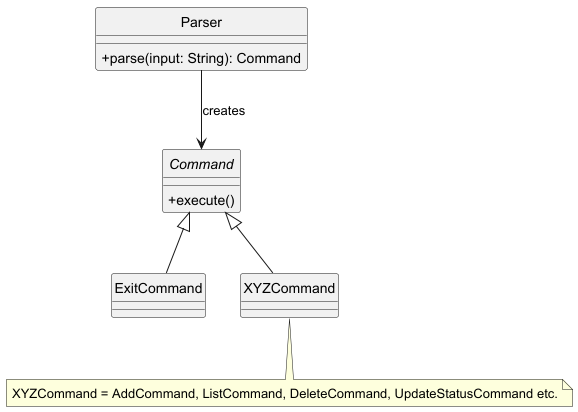
eth4n22/tp keeps this PlantUML diagram as docs/images/ParserClass.png. Above is the earlier version. Its diagram source:
```plantuml
@startuml
skinparam classAttributeIconSize 0
hide circle

class Parser {
    + parse(input: String): Command
}

abstract class Command {
    + execute()
}

class ExitCommand extends Command {
}

class XYZCommand extends Command {
}

Parser --> Command : creates

note bottom of XYZCommand
XYZCommand = AddCommand, ListCommand, DeleteCommand, UpdateStatusCommand etc.
end note
@enduml
```
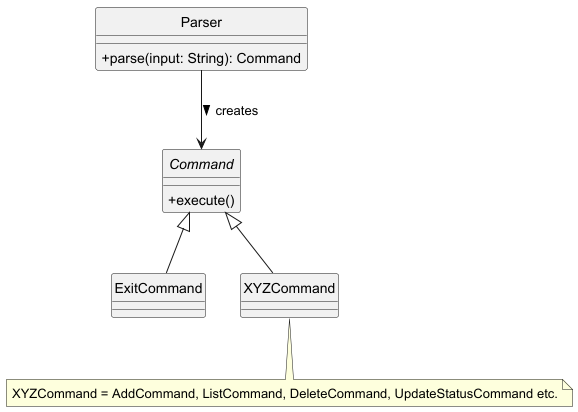
After the commit.

Commit message:
Update parser uml diagram

Diff of the diagram source:
```diff
@@ -16,7 +16,7 @@
 class XYZCommand extends Command {
 }
 
-Parser --> Command : creates
+Parser --> Command : creates >
 
 note bottom of XYZCommand
 XYZCommand = AddCommand, ListCommand, DeleteCommand, UpdateStatusCommand etc.
```
